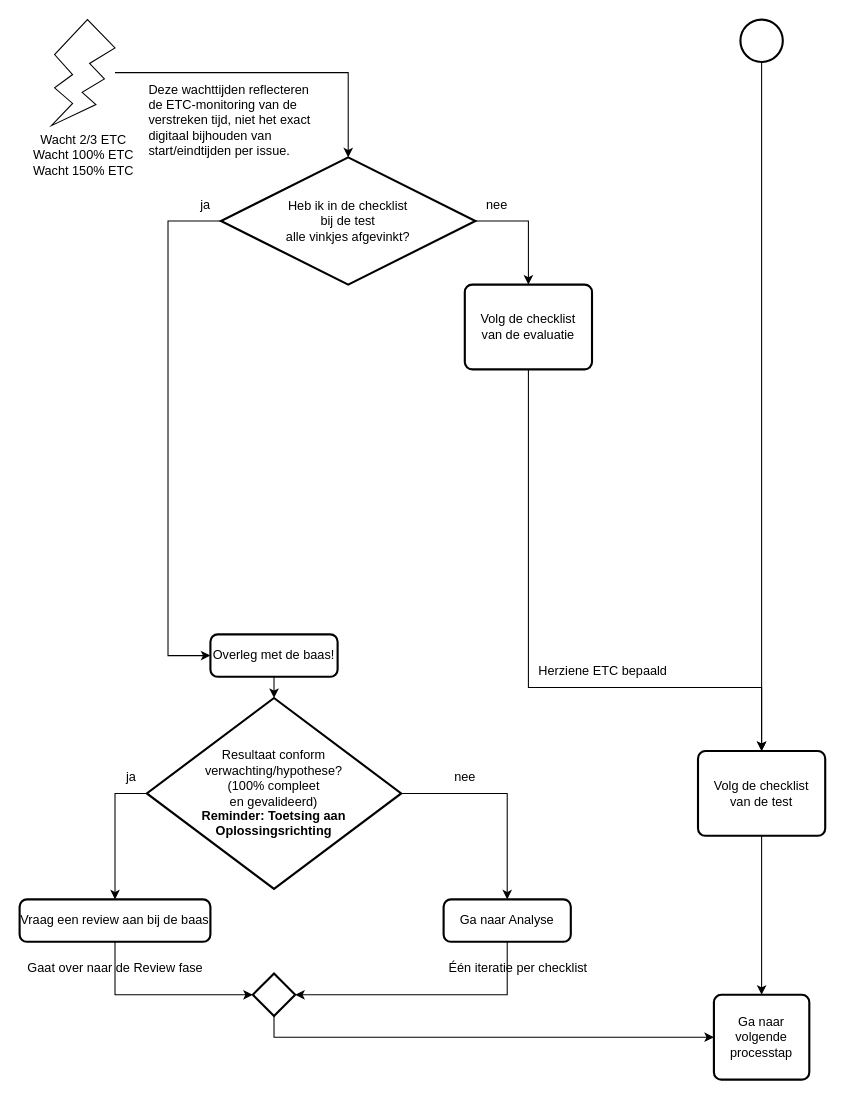
Before: 5 Issue Tracker test.drawio in Zaibatsu89/IssueTracker, a draw.io diagram. Source tidied: cells renumbered, new cells numbered last; positions are measured from the earlier drawing's top-left corner, leaving out a move shared by most shapes. Both pictures are drawn from the tidied source at 106%, with x=0, y=0 at pixel (19, 19).
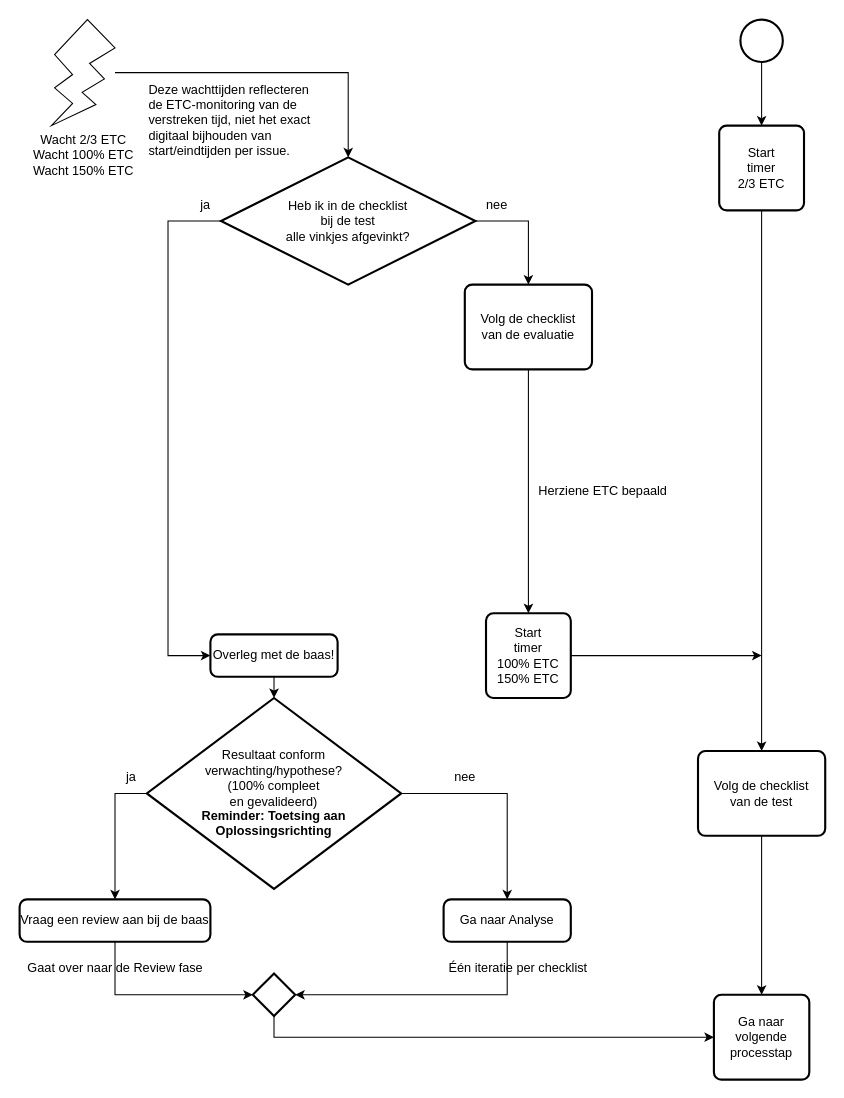
Above is the later version.

Commit message (it also covers changes not shown here):
Voeg "Start timer 2/3", "Start timer 100%" en "Start timer 150%" toe aan flowcharts

Unchanged cells that the change refers to:
```xml
<mxCell id="3" style="strokeWidth=2;html=1;shape=mxgraph.flowchart.start_2;whiteSpace=wrap;" parent="1" vertex="1">
  <mxGeometry x="680" width="40" height="40" as="geometry" />
</mxCell>
<mxCell id="4" value="Volg de checklist&lt;br&gt;van de test" style="rounded=1;whiteSpace=wrap;html=1;absoluteArcSize=1;arcSize=14;strokeWidth=2;" parent="1" vertex="1">
  <mxGeometry x="640" y="690" width="120" height="80" as="geometry" />
</mxCell>
<mxCell id="19" value="Volg de checklist&lt;br&gt;van de evaluatie" style="rounded=1;whiteSpace=wrap;html=1;absoluteArcSize=1;arcSize=14;strokeWidth=2;" parent="1" vertex="1">
  <mxGeometry x="420" y="250" width="120" height="80" as="geometry" />
</mxCell>
```

Change to the diagram source:
```diff
@@
-    <mxCell id="2" style="edgeStyle=orthogonalEdgeStyle;rounded=0;jettySize=auto;html=1;exitX=0.5;exitY=1;exitDx=0;exitDy=0;exitPerimeter=0;entryX=0.5;entryY=0;entryDx=0;entryDy=0;" parent="1" edge="1" source="3" target="4">
-      <mxGeometry relative="1" as="geometry" />
-    </mxCell>
+    <mxCell id="33" style="edgeStyle=orthogonalEdgeStyle;rounded=0;jettySize=auto;html=1;" parent="1" edge="1" source="3" target="36">
+      <mxGeometry relative="1" as="geometry" />
+    </mxCell>
@@
+    <mxCell id="34" style="edgeStyle=orthogonalEdgeStyle;rounded=0;jettySize=auto;html=1;entryX=0.5;entryY=0;entryDx=0;entryDy=0;" parent="1" edge="1" source="19" target="38">
+      <mxGeometry relative="1" as="geometry" />
+    </mxCell>
@@
     <mxCell id="28" value="Herziene ETC bepaald" style="text;html=1;align=center;verticalAlign=middle;strokeColor=none;fillColor=none;" parent="1" vertex="1">
-      <mxGeometry x="480" y="600" width="140" height="30" as="geometry" />
+      <mxGeometry x="480" y="430" width="140" height="30" as="geometry" />
     </mxCell>
@@
-    <mxCell id="31" style="edgeStyle=orthogonalEdgeStyle;rounded=0;jettySize=auto;html=1;entryX=0.5;entryY=0;entryDx=0;entryDy=0;exitX=0.5;exitY=1;exitDx=0;exitDy=0;" parent="1" edge="1" source="19" target="4">
-      <mxGeometry relative="1" as="geometry">
-        <Array as="points">
-          <mxPoint x="480" y="630" />
-          <mxPoint x="700" y="630" />
-        </Array>
-      </mxGeometry>
-    </mxCell>
@@
+    <mxCell id="35" style="edgeStyle=orthogonalEdgeStyle;rounded=0;jettySize=auto;html=1;exitX=0.5;exitY=1;exitDx=0;exitDy=0;entryX=0.5;entryY=0;entryDx=0;entryDy=0;" parent="1" edge="1" source="36" target="4">
+      <mxGeometry relative="1" as="geometry" />
+    </mxCell>
+    <mxCell id="36" value="Start&lt;br&gt;timer&lt;br&gt;2/3 ETC" style="rounded=1;whiteSpace=wrap;html=1;absoluteArcSize=1;arcSize=14;strokeWidth=2;" parent="1" vertex="1">
+      <mxGeometry x="660" y="100" width="80" height="80" as="geometry" />
+    </mxCell>
+    <mxCell id="37" style="edgeStyle=orthogonalEdgeStyle;rounded=0;jettySize=auto;html=1;" parent="1" edge="1" source="38">
+      <mxGeometry relative="1" as="geometry">
+        <mxPoint x="700" y="600" as="targetPoint" />
+      </mxGeometry>
+    </mxCell>
+    <mxCell id="38" value="Start&lt;br&gt;timer&lt;br&gt;100% ETC&lt;br&gt;150% ETC" style="rounded=1;whiteSpace=wrap;html=1;absoluteArcSize=1;arcSize=14;strokeWidth=2;" parent="1" vertex="1">
+      <mxGeometry x="440" y="560" width="80" height="80" as="geometry" />
+    </mxCell>
```
